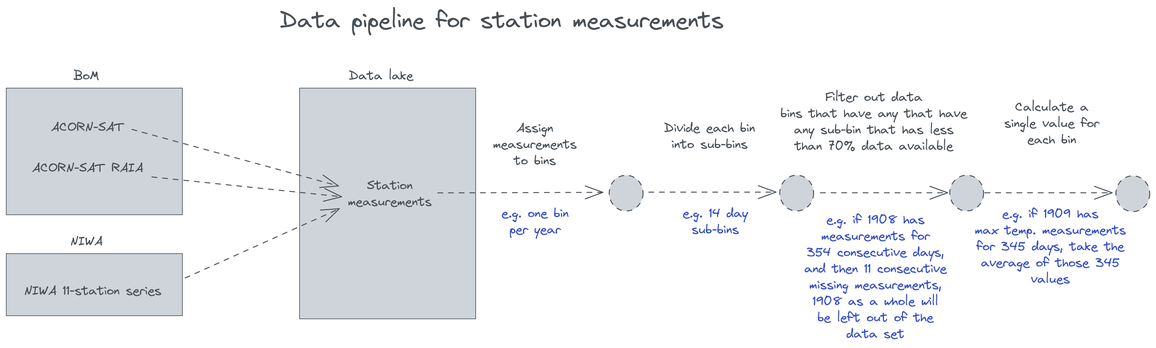
Above: AcornSat.Visualiser/wwwroot/images/pipeline.png in ledpup/ClimateExplorer (Excalidraw), before the change. Source tidied: one line per element, renumbered; positions are measured from the earlier drawing's top-left corner, leaving out a move shared by most shapes.
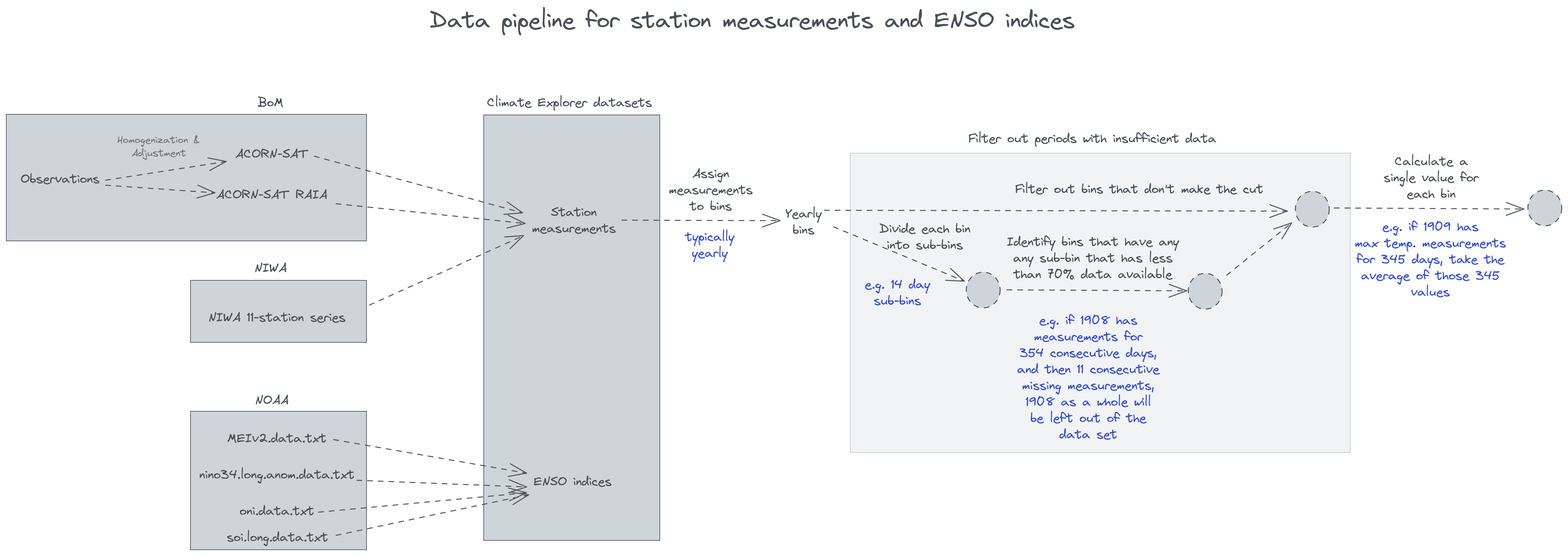
The same diagram one commit later.

Diff of the diagram source:
```diff
@@ -1,30 +1,51 @@
-{"id": 0, "type": "rectangle", "strokeColor": "#495057", "backgroundColor": "#ced4da", "fillStyle": "solid", "strokeWidth": 1, "roughness": 0, "x": 468, "y": 130, "width": 281, "height": 368}
-{"id": 1, "type": "text", "text": "Data lake", "strokeColor": "#495057", "backgroundColor": "#ced4da", "fillStyle": "solid", "strokeWidth": 1, "roughness": 0, "fontSize": 20, "fontFamily": 1, "textAlign": "center", "x": 546, "y": 98, "width": 104, "height": 26}
-{"id": 2, "type": "text", "text": "Station\nmeasurements", "strokeColor": "#495057", "backgroundColor": "#ced4da", "fillStyle": "solid", "strokeWidth": 1, "roughness": 0, "fontSize": 20, "fontFamily": 1, "textAlign": "center", "x": 544, "y": 272, "width": 135, "height": 52}
-{"id": 3, "type": "arrow", "strokeColor": "#495057", "backgroundColor": "#ced4da", "fillStyle": "solid", "strokeWidth": 1, "strokeStyle": "dashed", "roughness": 0, "endArrowhead": "arrow", "from": 2, "to": 6, "x": 688, "y": 298, "width": 263, "height": 1, "points": [[0, 0], [263, -1]]}
-{"id": 4, "type": "text", "text": "Filter out data\nbins that have any that have\nany sub-bin that has less\nthan 70% data available", "strokeColor": "#495057", "backgroundColor": "#ced4da", "fillStyle": "solid", "strokeWidth": 1, "strokeStyle": "dashed", "roughness": 0, "fontSize": 20, "fontFamily": 1, "textAlign": "center", "x": 1235, "y": 132, "width": 298, "height": 104}
-{"id": 5, "type": "text", "text": "Assign\nmeasurements\nto bins", "strokeColor": "#495057", "backgroundColor": "#ced4da", "fillStyle": "solid", "strokeWidth": 1, "strokeStyle": "dashed", "roughness": 0, "fontSize": 20, "fontFamily": 1, "textAlign": "center", "x": 776, "y": 181, "width": 134, "height": 78}
-{"id": 6, "type": "ellipse", "strokeColor": "#495057", "backgroundColor": "#ced4da", "fillStyle": "solid", "strokeWidth": 1, "strokeStyle": "dashed", "roughness": 0, "x": 962, "y": 270, "width": 54, "height": 57}
-{"id": 7, "type": "ellipse", "strokeColor": "#495057", "backgroundColor": "#ced4da", "fillStyle": "solid", "strokeWidth": 1, "strokeStyle": "dashed", "roughness": 0, "x": 1505, "y": 269, "width": 54, "height": 57}
+{"id": 30, "type": "rectangle", "strokeColor": "#495057", "backgroundColor": "#ced4da", "fillStyle": "solid", "strokeWidth": 1, "roughness": 0, "opacity": 30, "x": 1053, "y": 192, "width": 798, "height": 478}
+{"id": 22, "type": "rectangle", "strokeColor": "#495057", "backgroundColor": "#ced4da", "fillStyle": "solid", "strokeWidth": 1, "roughness": 0, "x": 0, "y": 604, "width": 281, "height": 221}
+{"id": 31, "type": "rectangle", "strokeColor": "#495057", "backgroundColor": "#ced4da", "fillStyle": "solid", "strokeWidth": 1, "roughness": 0, "x": 468, "y": 130, "width": 281, "height": 679}
+{"id": 32, "type": "text", "text": "Station\nmeasurements", "strokeColor": "#495057", "backgroundColor": "#ced4da", "fillStyle": "solid", "strokeWidth": 1, "roughness": 0, "fontSize": 20, "fontFamily": 1, "textAlign": "center", "x": 544, "y": 272, "width": 135, "height": 52}
+{"id": 33, "type": "arrow", "strokeColor": "#495057", "backgroundColor": "#ced4da", "fillStyle": "solid", "strokeWidth": 1, "strokeStyle": "dashed", "roughness": 0, "endArrowhead": "arrow", "from": 32, "to": 53, "x": 688, "y": 298, "width": 252, "height": 1, "points": [[0, 0], [252, 1]]}
+{"id": 34, "type": "text", "text": "Identify bins that have any\nany sub-bin that has less\nthan 70% data available", "strokeColor": "#495057", "backgroundColor": "#ced4da", "fillStyle": "solid", "strokeWidth": 1, "strokeStyle": "dashed", "roughness": 0, "fontSize": 20, "fontFamily": 1, "textAlign": "center", "x": 1303, "y": 320, "width": 275, "height": 78}
+{"id": 35, "type": "text", "text": "Assign\nmeasurements\nto bins", "strokeColor": "#495057", "backgroundColor": "#ced4da", "fillStyle": "solid", "strokeWidth": 1, "strokeStyle": "dashed", "roughness": 0, "fontSize": 20, "fontFamily": 1, "textAlign": "center", "x": 764, "y": 211, "width": 134, "height": 78}
+{"id": 36, "type": "ellipse", "strokeColor": "#495057", "backgroundColor": "#ced4da", "fillStyle": "solid", "strokeWidth": 1, "strokeStyle": "dashed", "roughness": 0, "x": 1592, "y": 383, "width": 54, "height": 57}
-{"id": 8, "type": "text", "text": "Calculate a\nsingle value for\neach bin", "strokeColor": "#495057", "backgroundColor": "#ced4da", "fillStyle": "solid", "strokeWidth": 1, "strokeStyle": "dashed", "roughness": 0, "fontSize": 20, "fontFamily": 1, "textAlign": "center", "x": 1592, "y": 148, "width": 152, "height": 78}
+{"id": 8, "type": "text", "text": "Calculate a\nsingle value for\neach bin", "strokeColor": "#495057", "backgroundColor": "#ced4da", "fillStyle": "solid", "strokeWidth": 1, "strokeStyle": "dashed", "roughness": 0, "fontSize": 20, "fontFamily": 1, "textAlign": "center", "x": 1904, "y": 192, "width": 152, "height": 78}
-{"id": 9, "type": "arrow", "strokeColor": "#495057", "backgroundColor": "#ced4da", "fillStyle": "solid", "strokeWidth": 1, "strokeStyle": "dashed", "roughness": 0, "endArrowhead": "arrow", "from": 13, "to": 10, "x": 1561, "y": 297, "width": 203, "height": 0, "points": [[0, 0], [203, 0]]}
+{"id": 37, "type": "arrow", "strokeColor": "#495057", "backgroundColor": "#ced4da", "fillStyle": "solid", "strokeWidth": 1, "strokeStyle": "dashed", "roughness": 0, "endArrowhead": "arrow", "from": 7, "to": 10, "x": 1825, "y": 279, "width": 303, "height": 2, "points": [[0, 0], [303, 2]]}
-{"id": 10, "type": "ellipse", "strokeColor": "#495057", "backgroundColor": "#ced4da", "fillStyle": "solid", "strokeWidth": 1, "strokeStyle": "dashed", "roughness": 0, "x": 1771, "y": 270, "width": 54, "height": 57}
+{"id": 10, "type": "ellipse", "strokeColor": "#495057", "backgroundColor": "#ced4da", "fillStyle": "solid", "strokeWidth": 1, "strokeStyle": "dashed", "roughness": 0, "x": 2135, "y": 250, "width": 54, "height": 57}
-{"id": 11, "type": "text", "text": "e.g. one bin\nper year", "strokeColor": "#364fc7", "backgroundColor": "#ced4da", "fillStyle": "solid", "strokeWidth": 1, "strokeStyle": "dashed", "roughness": 0, "fontSize": 20, "fontFamily": 1, "textAlign": "center", "x": 790, "y": 317, "width": 107, "height": 52}
+{"id": 11, "type": "text", "text": "typically\nyearly", "strokeColor": "#364fc7", "backgroundColor": "#ced4da", "fillStyle": "solid", "strokeWidth": 1, "strokeStyle": "dashed", "roughness": 0, "fontSize": 20, "fontFamily": 1, "textAlign": "center", "x": 790, "y": 312, "width": 78, "height": 52}
-{"id": 12, "type": "text", "text": "e.g. if 1908 has\nmeasurements for\n354 consecutive days,\nand then 11 consecutive\nmissing measurements,\n1908 as a whole will\nbe left out of the\ndata set", "strokeColor": "#364fc7", "backgroundColor": "#ced4da", "fillStyle": "solid", "strokeWidth": 1, "strokeStyle": "dashed", "roughness": 0, "fontSize": 20, "fontFamily": 1, "textAlign": "center", "x": 1274, "y": 327, "width": 227, "height": 208}
+{"id": 12, "type": "text", "text": "e.g. if 1908 has\nmeasurements for\n354 consecutive days,\nand then 11 consecutive\nmissing measurements,\n1908 as a whole will\nbe left out of the\ndata set", "strokeColor": "#364fc7", "backgroundColor": "#ced4da", "fillStyle": "solid", "strokeWidth": 1, "strokeStyle": "dashed", "roughness": 0, "fontSize": 20, "fontFamily": 1, "textAlign": "center", "x": 1320, "y": 445, "width": 227, "height": 208}
-{"id": 13, "type": "text", "text": "e.g. if 1909 has\nmax temp. measurements\nfor 345 days, take the\naverage of those 345\nvalues", "strokeColor": "#364fc7", "backgroundColor": "#ced4da", "fillStyle": "solid", "strokeWidth": 1, "strokeStyle": "dashed", "roughness": 0, "fontSize": 20, "fontFamily": 1, "textAlign": "center", "x": 1546, "y": 318, "width": 241, "height": 130}
+{"id": 13, "type": "text", "text": "e.g. if 1909 has\nmax temp. measurements\nfor 345 days, take the\naverage of those 345\nvalues", "strokeColor": "#364fc7", "backgroundColor": "#ced4da", "fillStyle": "solid", "strokeWidth": 1, "strokeStyle": "dashed", "roughness": 0, "fontSize": 20, "fontFamily": 1, "textAlign": "center", "x": 1859, "y": 296, "width": 241, "height": 130}
-{"id": 14, "type": "text", "text": "BoM", "strokeColor": "#495057", "backgroundColor": "#ced4da", "fillStyle": "solid", "strokeWidth": 1, "roughness": 0, "fontSize": 20, "fontFamily": 1, "textAlign": "center", "x": 107, "y": 98, "width": 42, "height": 26}
+{"id": 38, "type": "text", "text": "BoM", "strokeColor": "#495057", "backgroundColor": "#ced4da", "fillStyle": "solid", "strokeWidth": 1, "roughness": 0, "fontSize": 20, "fontFamily": 1, "textAlign": "center", "x": 107, "y": 98, "width": 42, "height": 26}
-{"id": 15, "type": "rectangle", "strokeColor": "#495057", "backgroundColor": "#ced4da", "fillStyle": "solid", "strokeWidth": 1, "roughness": 0, "x": 0, "y": 130, "width": 281, "height": 202}
+{"id": 15, "type": "rectangle", "strokeColor": "#495057", "backgroundColor": "#ced4da", "fillStyle": "solid", "strokeWidth": 1, "roughness": 0, "x": -294, "y": 130, "width": 575, "height": 202}
-{"id": 16, "type": "text", "text": "ACORN-SAT", "strokeColor": "#495057", "backgroundColor": "#ced4da", "fillStyle": "solid", "strokeWidth": 1, "roughness": 0, "fontSize": 20, "fontFamily": 1, "textAlign": "center", "x": 71, "y": 180, "width": 118, "height": 26}
+{"id": 39, "type": "text", "text": "ACORN-SAT", "strokeColor": "#495057", "backgroundColor": "#ced4da", "fillStyle": "solid", "strokeWidth": 1, "roughness": 0, "fontSize": 20, "fontFamily": 1, "textAlign": "center", "x": 71, "y": 180, "width": 118, "height": 26}
 {"id": 17, "type": "text", "text": "ACORN-SAT RAIA", "strokeColor": "#495057", "backgroundColor": "#ced4da", "fillStyle": "solid", "strokeWidth": 1, "roughness": 0, "fontSize": 20, "fontFamily": 1, "textAlign": "center", "x": 41, "y": 244, "width": 178, "height": 26}
-{"id": 18, "type": "arrow", "strokeColor": "#495057", "backgroundColor": "#ced4da", "fillStyle": "solid", "strokeWidth": 1, "strokeStyle": "dashed", "roughness": 0, "endArrowhead": "arrow", "from": 16, "to": 2, "x": 200, "y": 196, "width": 329, "height": 90, "points": [[0, 0], [329, 90]]}
+{"id": 18, "type": "arrow", "strokeColor": "#495057", "backgroundColor": "#ced4da", "fillStyle": "solid", "strokeWidth": 1, "strokeStyle": "dashed", "roughness": 0, "endArrowhead": "arrow", "from": 39, "to": 32, "x": 197, "y": 196, "width": 332, "height": 90, "points": [[0, 0], [332, 90]]}
-{"id": 19, "type": "arrow", "strokeColor": "#495057", "backgroundColor": "#ced4da", "fillStyle": "solid", "strokeWidth": 1, "strokeStyle": "dashed", "roughness": 0, "endArrowhead": "arrow", "from": 17, "to": 2, "x": 232, "y": 272, "width": 303, "height": 32, "points": [[0, 0], [303, 32]]}
+{"id": 19, "type": "arrow", "strokeColor": "#495057", "backgroundColor": "#ced4da", "fillStyle": "solid", "strokeWidth": 1, "strokeStyle": "dashed", "roughness": 0, "endArrowhead": "arrow", "from": 17, "to": 32, "x": 232, "y": 272, "width": 302, "height": 32, "points": [[0, 0], [302, 32]]}
-{"id": 20, "type": "arrow", "strokeColor": "#495057", "backgroundColor": "#ced4da", "fillStyle": "solid", "strokeWidth": 1, "strokeStyle": "dashed", "roughness": 0, "endArrowhead": "arrow", "from": 23, "to": 2, "x": 254, "y": 447, "width": 277, "height": 124, "points": [[0, 0], [277, -124]]}
-{"id": 21, "type": "text", "text": "NIWA", "strokeColor": "#495057", "backgroundColor": "#ced4da", "fillStyle": "solid", "strokeWidth": 1, "roughness": 0, "fontSize": 20, "fontFamily": 1, "textAlign": "center", "x": 102, "y": 362, "width": 53, "height": 26}
-{"id": 22, "type": "rectangle", "strokeColor": "#495057", "backgroundColor": "#ced4da", "fillStyle": "solid", "strokeWidth": 1, "roughness": 0, "x": 0, "y": 394, "width": 281, "height": 99}
-{"id": 23, "type": "text", "text": "NIWA 11-station series", "strokeColor": "#495057", "backgroundColor": "#ced4da", "fillStyle": "solid", "strokeWidth": 1, "roughness": 0, "fontSize": 20, "fontFamily": 1, "textAlign": "center", "x": 28, "y": 440, "width": 220, "height": 26}
+{"id": 40, "type": "arrow", "strokeColor": "#495057", "backgroundColor": "#ced4da", "fillStyle": "solid", "strokeWidth": 1, "strokeStyle": "dashed", "roughness": 0, "endArrowhead": "arrow", "from": 43, "to": 32, "x": 254, "y": 448, "width": 277, "height": 125, "points": [[0, 0], [277, -125]]}
+{"id": 41, "type": "text", "text": "NIWA", "strokeColor": "#495057", "backgroundColor": "#ced4da", "fillStyle": "solid", "strokeWidth": 1, "roughness": 0, "fontSize": 20, "fontFamily": 1, "textAlign": "center", "x": 102, "y": 362, "width": 53, "height": 26}
+{"id": 42, "type": "rectangle", "strokeColor": "#495057", "backgroundColor": "#ced4da", "fillStyle": "solid", "strokeWidth": 1, "roughness": 0, "x": 0, "y": 394, "width": 281, "height": 99}
+{"id": 43, "type": "text", "text": "NIWA 11-station series", "strokeColor": "#495057", "backgroundColor": "#ced4da", "fillStyle": "solid", "strokeWidth": 1, "roughness": 0, "fontSize": 20, "fontFamily": 1, "textAlign": "center", "x": 28, "y": 440, "width": 220, "height": 26}
-{"id": 24, "type": "text", "text": "Data pipeline for station measurements", "strokeColor": "#495057", "backgroundColor": "#ced4da", "fillStyle": "solid", "strokeWidth": 1, "roughness": 0, "fontSize": 36, "fontFamily": 1, "textAlign": "center", "x": 436, "y": 0, "width": 709, "height": 46}
+{"id": 24, "type": "text", "text": "Data pipeline for station measurements and ENSO indices", "strokeColor": "#495057", "backgroundColor": "#ced4da", "fillStyle": "solid", "strokeWidth": 1, "roughness": 0, "fontSize": 36, "fontFamily": 1, "textAlign": "center", "x": 382, "y": -43, "width": 1030, "height": 46}
-{"id": 25, "type": "arrow", "strokeColor": "#495057", "backgroundColor": "#ced4da", "fillStyle": "solid", "strokeWidth": 1, "strokeStyle": "dashed", "roughness": 0, "endArrowhead": "arrow", "from": 6, "to": 26, "x": 1025, "y": 296, "width": 203, "height": 0, "points": [[0, 0], [203, 0]]}
+{"id": 25, "type": "arrow", "strokeColor": "#495057", "backgroundColor": "#ced4da", "fillStyle": "solid", "strokeWidth": 1, "strokeStyle": "dashed", "roughness": 0, "endArrowhead": "arrow", "from": 53, "to": 26, "x": 1026, "y": 309, "width": 209, "height": 87, "points": [[0, 0], [209, 87]]}
-{"id": 26, "type": "ellipse", "strokeColor": "#495057", "backgroundColor": "#ced4da", "fillStyle": "solid", "strokeWidth": 1, "strokeStyle": "dashed", "roughness": 0, "x": 1234, "y": 269, "width": 54, "height": 57}
+{"id": 26, "type": "ellipse", "strokeColor": "#495057", "backgroundColor": "#ced4da", "fillStyle": "solid", "strokeWidth": 1, "strokeStyle": "dashed", "roughness": 0, "x": 1238, "y": 381, "width": 54, "height": 57}
-{"id": 27, "type": "text", "text": "Divide each bin\ninto sub-bins", "strokeColor": "#495057", "backgroundColor": "#ced4da", "fillStyle": "solid", "strokeWidth": 1, "strokeStyle": "dashed", "roughness": 0, "fontSize": 20, "fontFamily": 1, "textAlign": "center", "x": 1050, "y": 181, "width": 145, "height": 52}
+{"id": 27, "type": "text", "text": "Divide each bin\ninto sub-bins", "strokeColor": "#495057", "backgroundColor": "#ced4da", "fillStyle": "solid", "strokeWidth": 1, "strokeStyle": "dashed", "roughness": 0, "fontSize": 20, "fontFamily": 1, "textAlign": "center", "x": 1100, "y": 299, "width": 145, "height": 52}
-{"id": 28, "type": "text", "text": "e.g. 14 day\nsub-bins", "strokeColor": "#364fc7", "backgroundColor": "#ced4da", "fillStyle": "solid", "strokeWidth": 1, "strokeStyle": "dashed", "roughness": 0, "fontSize": 20, "fontFamily": 1, "textAlign": "center", "x": 1079, "y": 317, "width": 104, "height": 52}
+{"id": 28, "type": "text", "text": "e.g. 14 day\nsub-bins", "strokeColor": "#364fc7", "backgroundColor": "#ced4da", "fillStyle": "solid", "strokeWidth": 1, "strokeStyle": "dashed", "roughness": 0, "fontSize": 20, "fontFamily": 1, "textAlign": "center", "x": 1076, "y": 388, "width": 104, "height": 52}
-{"id": 29, "type": "arrow", "strokeColor": "#495057", "backgroundColor": "#ced4da", "fillStyle": "solid", "strokeWidth": 1, "strokeStyle": "dashed", "roughness": 0, "endArrowhead": "arrow", "from": 26, "to": 7, "x": 1299, "y": 297, "width": 203, "height": 0, "points": [[0, 0], [203, 0]]}
+{"id": 29, "type": "arrow", "strokeColor": "#495057", "backgroundColor": "#ced4da", "fillStyle": "solid", "strokeWidth": 1, "strokeStyle": "dashed", "roughness": 0, "endArrowhead": "arrow", "from": 26, "to": 36, "x": 1303, "y": 410, "width": 287, "height": 2, "points": [[0, 0], [287, 2]]}
+{"id": 14, "type": "text", "text": "Climate Explorer datasets", "strokeColor": "#495057", "backgroundColor": "#ced4da", "fillStyle": "solid", "strokeWidth": 1, "roughness": 0, "fontSize": 20, "fontFamily": 1, "textAlign": "center", "x": 473, "y": 98, "width": 264, "height": 26}
+{"id": 2, "type": "text", "text": "ENSO indices", "strokeColor": "#495057", "backgroundColor": "#ced4da", "fillStyle": "solid", "strokeWidth": 1, "roughness": 0, "fontSize": 20, "fontFamily": 1, "textAlign": "center", "x": 548, "y": 702, "width": 125, "height": 26}
+{"id": 44, "type": "text", "text": "MEIv2.data.txt", "strokeColor": "#495057", "backgroundColor": "#ced4da", "fillStyle": "solid", "strokeWidth": 1, "roughness": 0, "fontSize": 20, "fontFamily": 1, "textAlign": "center", "x": 58, "y": 634, "width": 160, "height": 26}
+{"id": 45, "type": "arrow", "strokeColor": "#495057", "backgroundColor": "#ced4da", "fillStyle": "solid", "strokeWidth": 1, "strokeStyle": "dashed", "roughness": 0, "endArrowhead": "arrow", "from": 44, "to": 2, "x": 228, "y": 649, "width": 308, "height": 54, "points": [[0, 0], [308, 54]]}
+{"id": 21, "type": "text", "text": "NOAA", "strokeColor": "#495057", "backgroundColor": "#ced4da", "fillStyle": "solid", "strokeWidth": 1, "roughness": 0, "fontSize": 20, "fontFamily": 1, "textAlign": "center", "x": 102, "y": 572, "width": 55, "height": 26}
+{"id": 46, "type": "text", "text": "nino34.long.anom.data.txt", "strokeColor": "#495057", "backgroundColor": "#ced4da", "fillStyle": "solid", "strokeWidth": 1, "roughness": 0, "fontSize": 20, "fontFamily": 1, "textAlign": "center", "x": 14, "y": 692, "width": 249, "height": 26}
+{"id": 47, "type": "arrow", "strokeColor": "#495057", "backgroundColor": "#ced4da", "fillStyle": "solid", "strokeWidth": 1, "strokeStyle": "dashed", "roughness": 0, "endArrowhead": "arrow", "from": 46, "to": 2, "x": 266, "y": 714, "width": 271, "height": 11, "points": [[0, 0], [271, 11]]}
+{"id": 48, "type": "text", "text": "oni.data.txt", "strokeColor": "#495057", "backgroundColor": "#ced4da", "fillStyle": "solid", "strokeWidth": 1, "roughness": 0, "fontSize": 20, "fontFamily": 1, "textAlign": "center", "x": 78, "y": 750, "width": 120, "height": 26}
+{"id": 49, "type": "arrow", "strokeColor": "#495057", "backgroundColor": "#ced4da", "fillStyle": "solid", "strokeWidth": 1, "strokeStyle": "dashed", "roughness": 0, "endArrowhead": "arrow", "from": 48, "to": 2, "x": 204, "y": 765, "width": 332, "height": 31, "points": [[0, 0], [332, -31]]}
+{"id": 23, "type": "text", "text": "soi.long.data.txt", "strokeColor": "#495057", "backgroundColor": "#ced4da", "fillStyle": "solid", "strokeWidth": 1, "roughness": 0, "fontSize": 20, "fontFamily": 1, "textAlign": "center", "x": 58, "y": 792, "width": 163, "height": 26}
+{"id": 20, "type": "arrow", "strokeColor": "#495057", "backgroundColor": "#ced4da", "fillStyle": "solid", "strokeWidth": 1, "strokeStyle": "dashed", "roughness": 0, "endArrowhead": "arrow", "from": 23, "to": 2, "x": 232, "y": 801, "width": 307, "height": 65, "points": [[0, 0], [307, -65]]}
+{"id": 9, "type": "arrow", "strokeColor": "#495057", "backgroundColor": "#ced4da", "fillStyle": "solid", "strokeWidth": 1, "strokeStyle": "dashed", "roughness": 0, "endArrowhead": "arrow", "from": 53, "to": 7, "x": 1012, "y": 283, "width": 739, "height": 1, "points": [[0, 0], [739, 1]]}
+{"id": 4, "type": "text", "text": "Filter out bins that don't make the cut", "strokeColor": "#495057", "backgroundColor": "#ced4da", "fillStyle": "solid", "strokeWidth": 1, "strokeStyle": "dashed", "roughness": 0, "fontSize": 20, "fontFamily": 1, "textAlign": "center", "x": 1316, "y": 236, "width": 397, "height": 26}
+{"id": 50, "type": "arrow", "strokeColor": "#495057", "backgroundColor": "#ced4da", "fillStyle": "solid", "strokeWidth": 1, "strokeStyle": "dashed", "roughness": 0, "endArrowhead": "arrow", "from": 36, "to": 7, "x": 1654, "y": 386, "width": 104, "height": 83, "points": [[0, 0], [104, -83]]}
+{"id": 7, "type": "ellipse", "strokeColor": "#495057", "backgroundColor": "#ced4da", "fillStyle": "solid", "strokeWidth": 1, "strokeStyle": "dashed", "roughness": 0, "x": 1763, "y": 252, "width": 54, "height": 57}
+{"id": 16, "type": "text", "text": "Observations", "strokeColor": "#495057", "backgroundColor": "#ced4da", "fillStyle": "solid", "strokeWidth": 1, "roughness": 0, "fontSize": 20, "fontFamily": 1, "textAlign": "center", "x": -272, "y": 220, "width": 127, "height": 26}
+{"id": 51, "type": "arrow", "strokeColor": "#495057", "backgroundColor": "#ced4da", "fillStyle": "solid", "strokeWidth": 1, "strokeStyle": "dashed", "roughness": 0, "endArrowhead": "arrow", "from": 16, "to": 39, "x": -136, "y": 235, "width": 192, "height": 30, "points": [[0, 0], [192, -30]]}
+{"id": 3, "type": "arrow", "strokeColor": "#495057", "backgroundColor": "#ced4da", "fillStyle": "solid", "strokeWidth": 1, "strokeStyle": "dashed", "roughness": 0, "endArrowhead": "arrow", "from": 16, "to": 17, "x": -136, "y": 243, "width": 174, "height": 12, "points": [[0, 0], [174, 12]]}
+{"id": 5, "type": "text", "text": "Homogenization &\nAdjustment", "strokeColor": "#495057", "backgroundColor": "#ced4da", "fillStyle": "solid", "strokeWidth": 1, "strokeStyle": "dashed", "roughness": 0, "opacity": 70, "fontSize": 16, "fontFamily": 1, "textAlign": "center", "x": -117, "y": 160, "width": 133, "height": 42}
+{"id": 52, "type": "text", "text": "Filter out periods with insufficient data", "strokeColor": "#495057", "backgroundColor": "#ced4da", "fillStyle": "solid", "strokeWidth": 1, "strokeStyle": "dashed", "roughness": 0, "fontSize": 20, "fontFamily": 1, "textAlign": "center", "x": 1241, "y": 155, "width": 397, "height": 26}
+{"id": 53, "type": "text", "text": "Yearly\nbins", "strokeColor": "#495057", "backgroundColor": "#ced4da", "fillStyle": "solid", "strokeWidth": 1, "strokeStyle": "dashed", "roughness": 0, "fontSize": 20, "fontFamily": 1, "textAlign": "center", "x": 950, "y": 275, "width": 58, "height": 52}
```
